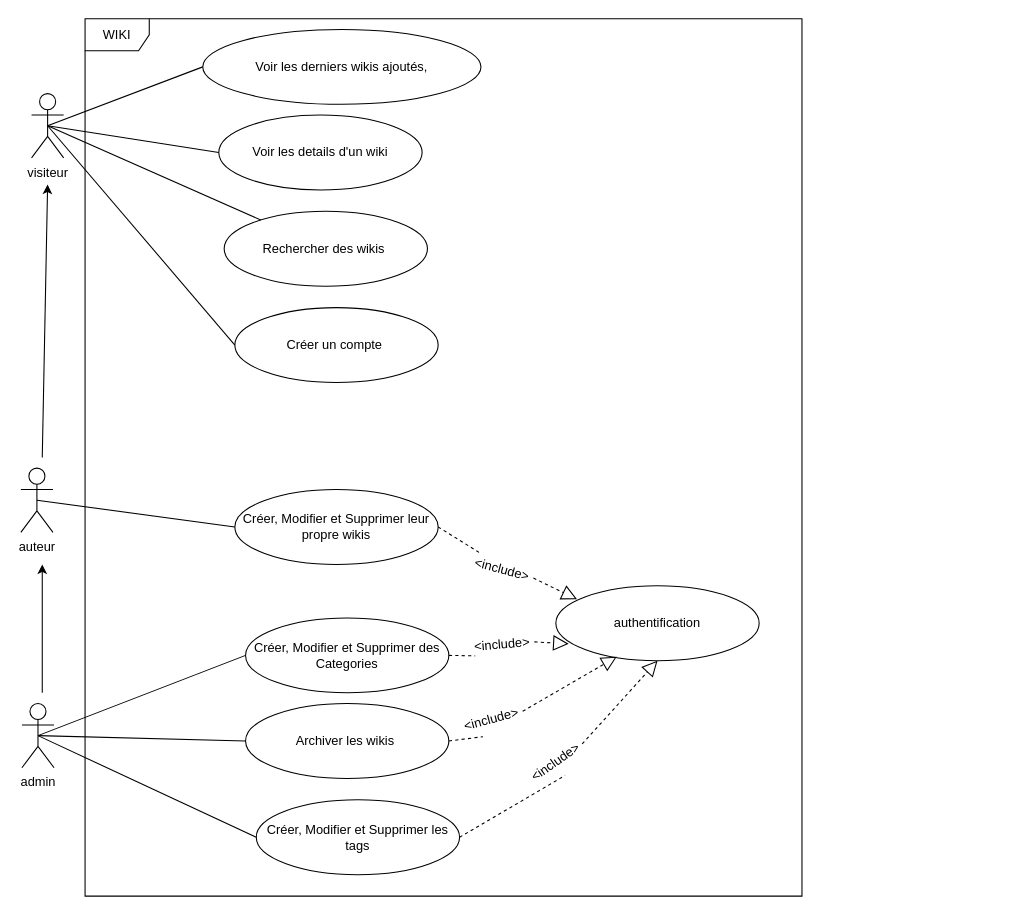
This is UML/use_case.drawio from adnaneoth/wiki-sc, a draw.io file, before an edit. Source tidied: cells renumbered, new cells numbered last; positions are measured from the earlier drawing's top-left corner, leaving out a move shared by most shapes. Both pictures are drawn from the tidied source at 107%, with x=0, y=0 at pixel (20, 18).
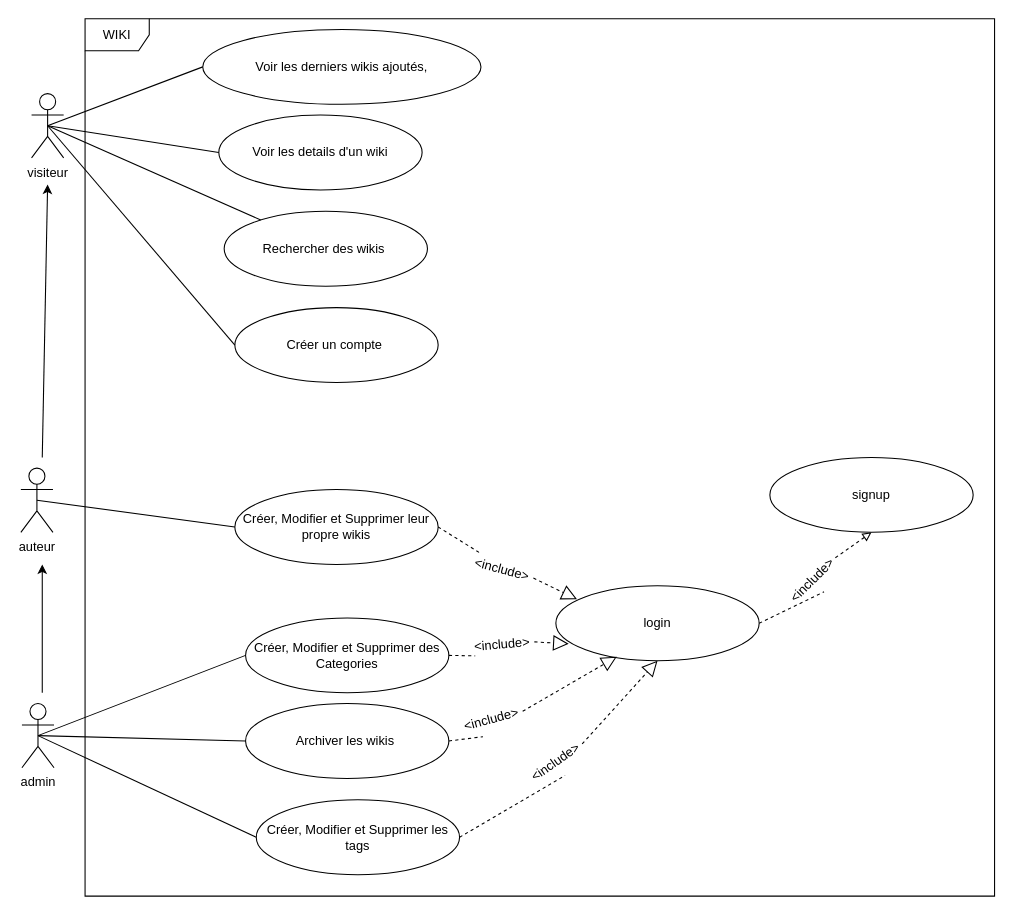
Above is the later version.

What changed in the source:
```diff
@@
     <mxCell id="5" value="WIKI" style="shape=umlFrame;whiteSpace=wrap;html=1;" parent="1" vertex="1">
-      <mxGeometry x="60" width="670" height="820" as="geometry" />
+      <mxGeometry x="60" width="850" height="820" as="geometry" />
     </mxCell>
@@
+    <mxCell id="37" style="edgeStyle=none;html=1;exitX=1;exitY=0.5;exitDx=0;exitDy=0;entryX=0.5;entryY=1;entryDx=0;entryDy=0;endArrow=block;endFill=0;dashed=1;startArrow=none;" parent="1" edge="1" source="40" target="38">
+      <mxGeometry relative="1" as="geometry" />
+    </mxCell>
-    <mxCell id="14" value="authentification" style="ellipse;whiteSpace=wrap;html=1;" parent="1" vertex="1">
+    <mxCell id="14" value="login" style="ellipse;whiteSpace=wrap;html=1;" parent="1" vertex="1">
       <mxGeometry x="500" y="530" width="190" height="70" as="geometry" />
     </mxCell>
@@
+    <mxCell id="38" value="signup" style="ellipse;whiteSpace=wrap;html=1;" parent="1" vertex="1">
+      <mxGeometry x="700" y="410" width="190" height="70" as="geometry" />
+    </mxCell>
+    <mxCell id="39" style="edgeStyle=none;html=1;exitX=1;exitY=0.5;exitDx=0;exitDy=0;entryX=0.5;entryY=1;entryDx=0;entryDy=0;endArrow=none;endFill=0;dashed=1;" parent="1" edge="1" source="14" target="40">
+      <mxGeometry relative="1" as="geometry" />
+    </mxCell>
+    <mxCell id="40" value="&amp;lt;include&amp;gt;" style="text;html=1;strokeColor=none;fillColor=none;align=center;verticalAlign=middle;whiteSpace=wrap;rounded=0;rotation=-45;" parent="1" vertex="1">
+      <mxGeometry x="710" y="510" width="60" height="30" as="geometry" />
+    </mxCell>
```
